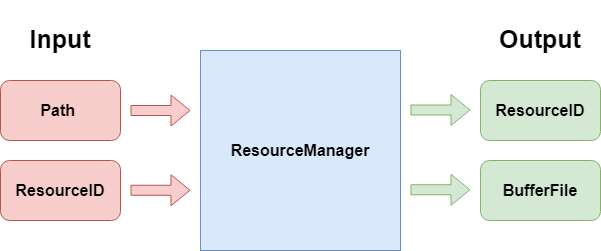
Before: Data/BlogPost/BlogPost1/ResourceManagerDiagram.png, a diagram exported from draw.io (FloreauLuca/floreauluca.github.io). Source tidied: cells renumbered, new cells last; positions are measured from the earlier drawing's top-left corner, leaving out a move shared by most shapes.
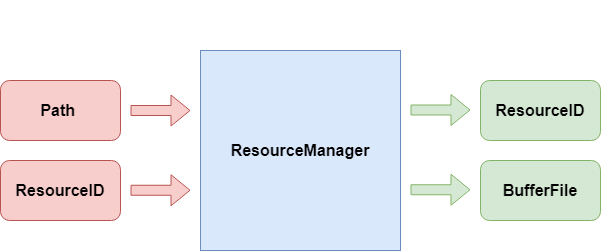
After the commit.

Change to the diagram source:
```diff
@@ -23,10 +23,10 @@
         <mxPoint x="470" y="99.5" as="targetPoint" />
       </mxGeometry>
     </mxCell>
-    <mxCell id="7" value="&lt;font style=&quot;font-size: 25px&quot;&gt;Input&lt;/font&gt;" style="text;html=1;align=center;verticalAlign=middle;whiteSpace=wrap;rounded=0;fontSize=50;fontColor=#000000;fontStyle=1;" parent="1" vertex="1">
+    <mxCell id="7" value="&lt;font style=&quot;font-size: 25px&quot;&gt;Input&lt;/font&gt;" style="text;html=1;align=center;verticalAlign=middle;whiteSpace=wrap;rounded=0;fontSize=50;fontStyle=1;fontColor=#FFFFFF;" parent="1" vertex="1">
       <mxGeometry width="120" height="40" as="geometry" />
     </mxCell>
-    <mxCell id="8" value="&lt;font style=&quot;font-size: 25px&quot;&gt;Output&lt;/font&gt;" style="text;html=1;align=center;verticalAlign=middle;whiteSpace=wrap;rounded=0;fontSize=50;fontColor=#000000;fontStyle=1;" parent="1" vertex="1">
+    <mxCell id="8" value="&lt;font style=&quot;font-size: 25px&quot;&gt;Output&lt;/font&gt;" style="text;html=1;align=center;verticalAlign=middle;whiteSpace=wrap;rounded=0;fontSize=50;fontStyle=1;fontColor=#FFFFFF;" parent="1" vertex="1">
       <mxGeometry x="480" width="120" height="40" as="geometry" />
     </mxCell>
     <mxCell id="9" value="ResourceID" style="rounded=1;whiteSpace=wrap;html=1;fontSize=16;fillColor=#f8cecc;strokeColor=#b85450;fontStyle=1;" parent="1" vertex="1">
```
